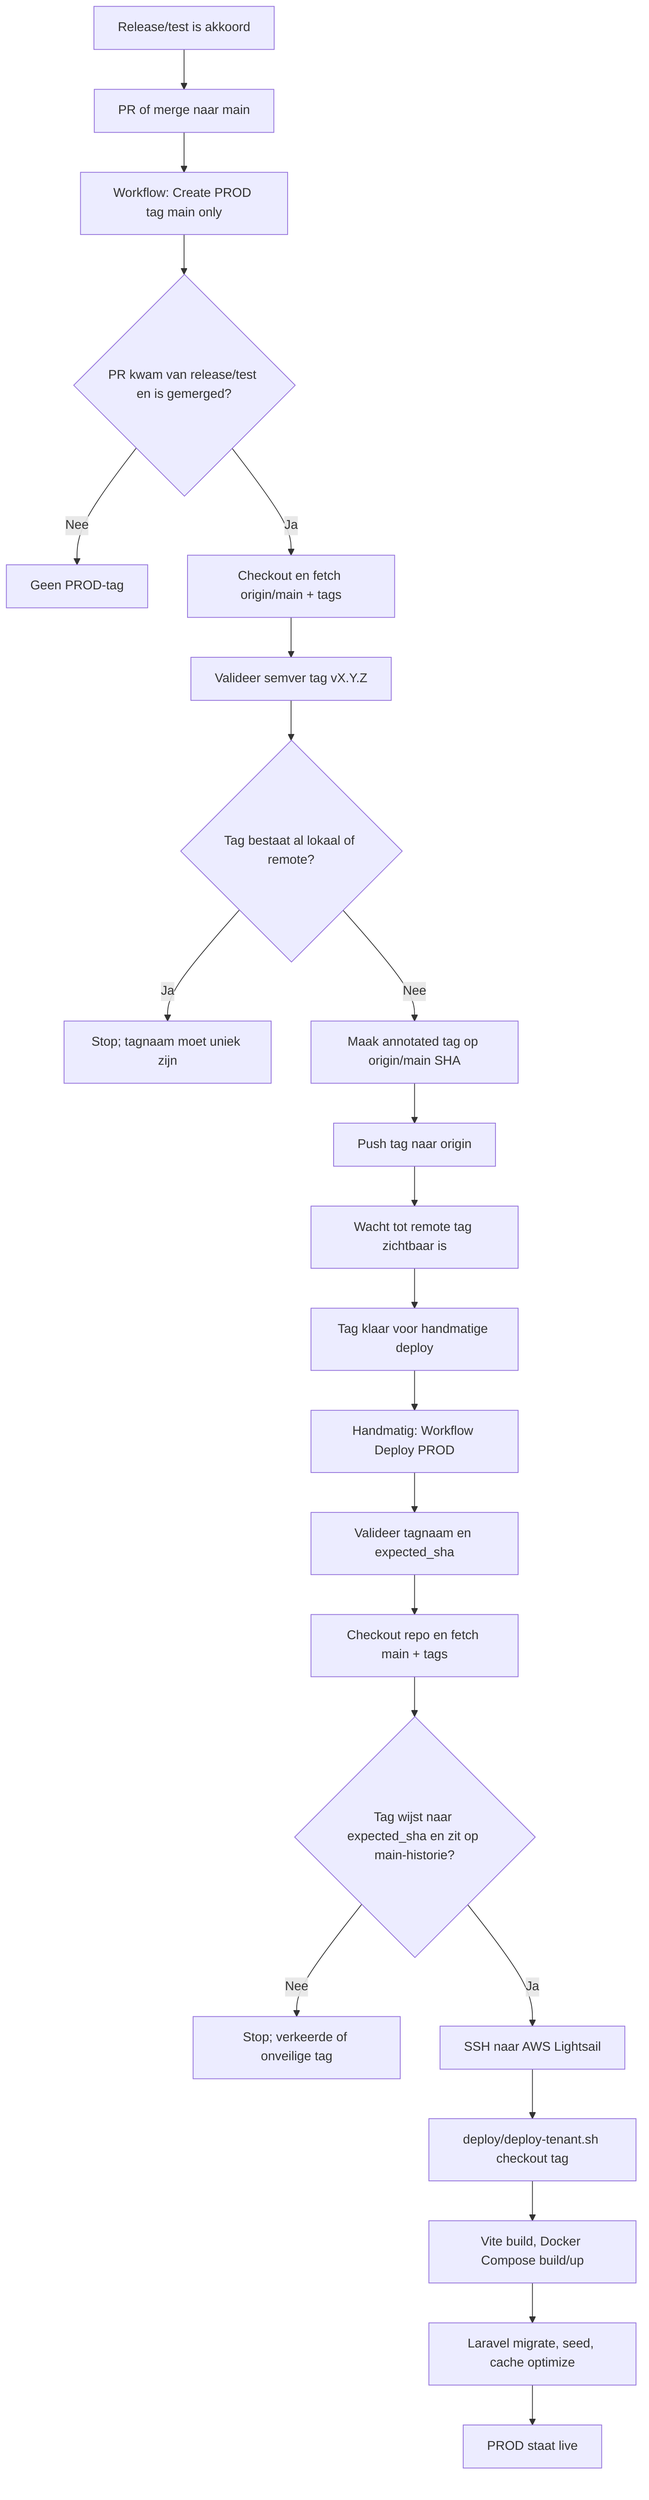
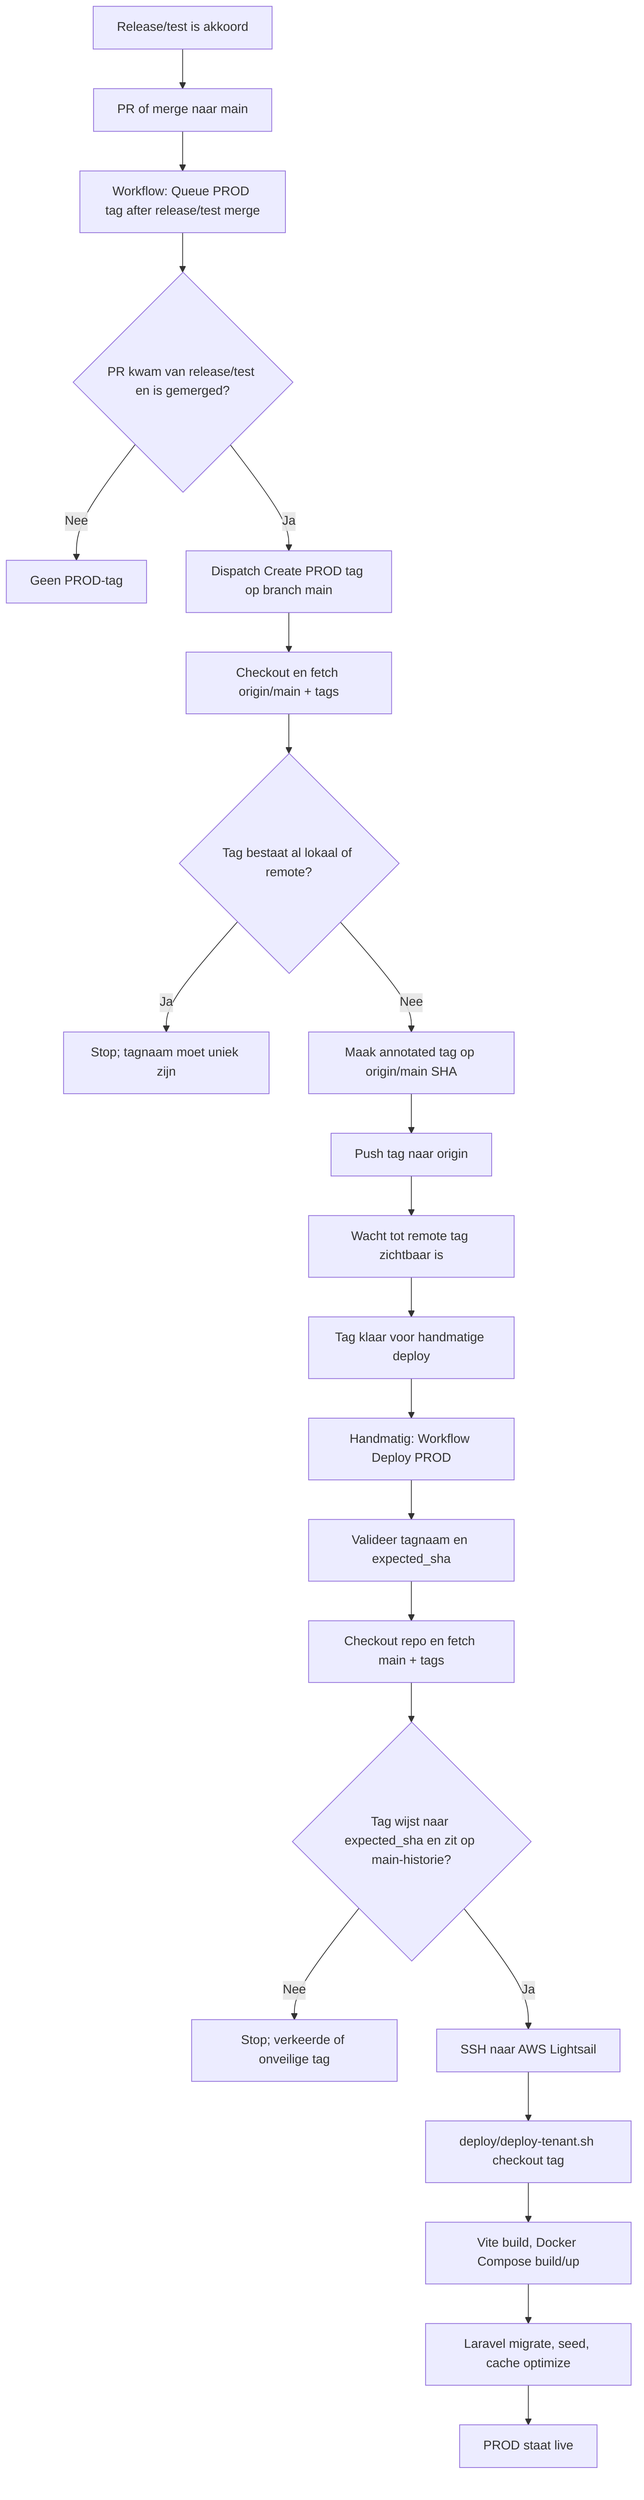
flowchart TD
    A[Release/test is akkoord] --> B[PR of merge naar main]
-     B --> C[Workflow: Create PROD tag main only]
+     B --> C[Workflow: Queue PROD tag after release/test merge]
    C --> D{PR kwam van release/test en is gemerged?}
    D -- Nee --> E[Geen PROD-tag]
-     D -- Ja --> F[Checkout en fetch origin/main + tags]
-     F --> G[Valideer semver tag vX.Y.Z]
+     D -- Ja --> F[Dispatch Create PROD tag op branch main]
+     F --> G[Checkout en fetch origin/main + tags]
    G --> H{Tag bestaat al lokaal of remote?}
    H -- Ja --> I[Stop; tagnaam moet uniek zijn]
    H -- Nee --> J[Maak annotated tag op origin/main SHA]
    J --> K[Push tag naar origin]
    K --> L[Wacht tot remote tag zichtbaar is]
    L --> M[Tag klaar voor handmatige deploy]
    M --> N[Handmatig: Workflow Deploy PROD]
    N --> O[Valideer tagnaam en expected_sha]
    O --> P[Checkout repo en fetch main + tags]
    P --> Q{Tag wijst naar expected_sha en zit op main-historie?}
    Q -- Nee --> R[Stop; verkeerde of onveilige tag]
    Q -- Ja --> S[SSH naar AWS Lightsail]
    S --> T[deploy/deploy-tenant.sh checkout tag]
    T --> U[Vite build, Docker Compose build/up]
    U --> V[Laravel migrate, seed, cache optimize]
    V --> W[PROD staat live]
